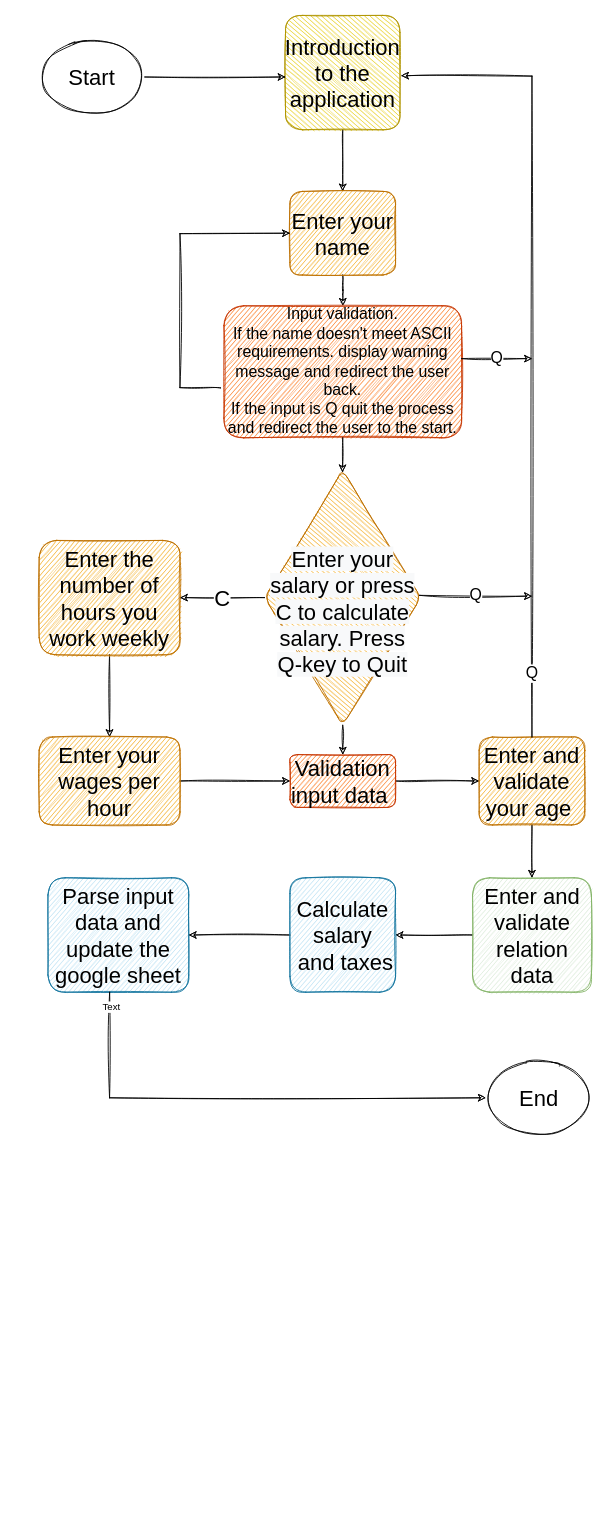
Above: Untitled Diagram.drawio in Code-Institute-Submissions/TomaszWoloszyn983-mini-tax-calculator_DecResub (draw.io), before the change. Source tidied: cells renumbered, new cells numbered last; positions are measured from the earlier drawing's top-left corner, leaving out a move shared by most shapes. Both pictures are drawn from the tidied source at 88%, with x=0, y=0 at pixel (39, 15).
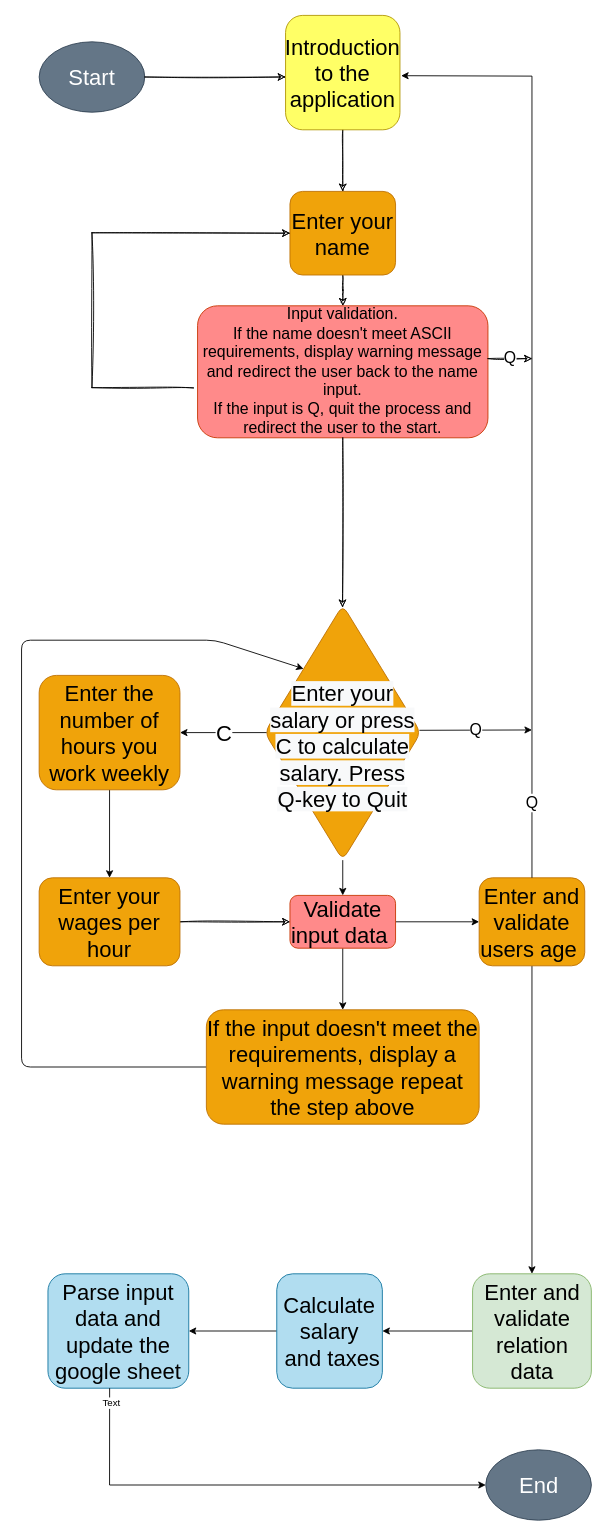
The same page after the edit.

The edit, as a diff of the source:
```diff
@@
-    <mxCell id="2" value="Start" style="ellipse;whiteSpace=wrap;html=1;fontSize=25;rounded=1;sketch=1;" parent="1" vertex="1">
+    <mxCell id="2" value="Start" style="ellipse;whiteSpace=wrap;html=1;fontSize=25;rounded=1;sketch=0;fillColor=#647687;fontColor=#ffffff;strokeColor=#314354;shadow=0;" parent="1" vertex="1">
       <mxGeometry y="30" width="120" height="80" as="geometry" />
     </mxCell>
-    <mxCell id="3" value="End" style="ellipse;whiteSpace=wrap;html=1;fontSize=25;rounded=1;sketch=1;" parent="1" vertex="1">
-      <mxGeometry x="507.5" y="1190" width="120" height="80" as="geometry" />
+    <mxCell id="3" value="End" style="ellipse;whiteSpace=wrap;html=1;fontSize=25;rounded=1;sketch=0;fillColor=#647687;fontColor=#ffffff;strokeColor=#314354;" parent="1" vertex="1">
+      <mxGeometry x="507.5" y="1630" width="120" height="80" as="geometry" />
     </mxCell>
@@
-    <mxCell id="5" value="Introduction to the application&lt;br&gt;" style="whiteSpace=wrap;html=1;fontSize=25;direction=south;rounded=1;sketch=1;fillColor=#e3c800;strokeColor=#B09500;fontColor=#000000;" parent="1" vertex="1">
+    <mxCell id="5" value="Introduction to the application&lt;br&gt;" style="whiteSpace=wrap;html=1;fontSize=25;direction=south;rounded=1;sketch=0;fillColor=#FFFF66;strokeColor=#B09500;fontColor=#000000;" parent="1" vertex="1">
       <mxGeometry x="280" width="130" height="130" as="geometry" />
     </mxCell>
@@
-    <mxCell id="7" value="Enter your name" style="whiteSpace=wrap;html=1;fontSize=25;rounded=1;sketch=1;fillColor=#f0a30a;strokeColor=#BD7000;fontColor=#000000;fillStyle=auto;" parent="1" vertex="1">
+    <mxCell id="7" value="Enter your name" style="whiteSpace=wrap;html=1;fontSize=25;rounded=1;sketch=0;fillColor=#f0a30a;strokeColor=#BD7000;fontColor=#000000;fillStyle=auto;" parent="1" vertex="1">
       <mxGeometry x="285" y="200" width="120" height="95" as="geometry" />
     </mxCell>
@@
-    <mxCell id="9" value="C" style="edgeStyle=orthogonalEdgeStyle;rounded=1;jettySize=auto;html=1;fontSize=25;sketch=1;" parent="1" edge="1" source="10" target="12">
+    <mxCell id="9" value="C" style="edgeStyle=orthogonalEdgeStyle;rounded=1;jettySize=auto;html=1;fontSize=25;sketch=0;exitX=0.5;exitY=0.986;exitDx=0;exitDy=0;exitPerimeter=0;" parent="1" edge="1" source="10" target="12">
       <mxGeometry relative="1" as="geometry" />
     </mxCell>
-    <mxCell id="10" value="&lt;br&gt;&lt;span style=&quot;font-family: Helvetica; font-size: 25px; font-style: normal; font-variant-ligatures: normal; font-variant-caps: normal; font-weight: 400; letter-spacing: normal; orphans: 2; text-align: center; text-indent: 0px; text-transform: none; widows: 2; word-spacing: 0px; -webkit-text-stroke-width: 0px; background-color: rgb(248, 249, 250); text-decoration-thickness: initial; text-decoration-style: initial; text-decoration-color: initial; float: none; display: inline !important;&quot;&gt;Enter your salary or press C to calculate salary. Press Q-key to Quit&lt;/span&gt;" style="rhombus;whiteSpace=wrap;html=1;fontSize=25;direction=south;rounded=1;sketch=1;fillColor=#f0a30a;strokeColor=#BD7000;fontColor=#000000;" parent="1" vertex="1">
-      <mxGeometry x="256.2" y="516.6" width="177.5" height="290" as="geometry" />
+    <mxCell id="10" value="&lt;br&gt;&lt;span style=&quot;font-family: Helvetica; font-size: 25px; font-style: normal; font-variant-ligatures: normal; font-variant-caps: normal; font-weight: 400; letter-spacing: normal; orphans: 2; text-align: center; text-indent: 0px; text-transform: none; widows: 2; word-spacing: 0px; -webkit-text-stroke-width: 0px; background-color: rgb(248, 249, 250); text-decoration-thickness: initial; text-decoration-style: initial; text-decoration-color: initial; float: none; display: inline !important;&quot;&gt;Enter your salary or press C to calculate salary. Press Q-key to Quit&lt;/span&gt;" style="rhombus;whiteSpace=wrap;html=1;fontSize=25;direction=south;rounded=1;sketch=0;fillColor=#f0a30a;strokeColor=#BD7000;fontColor=#000000;" parent="1" vertex="1">
+      <mxGeometry x="256.2" y="670" width="177.5" height="290" as="geometry" />
     </mxCell>
-    <mxCell id="11" style="edgeStyle=orthogonalEdgeStyle;rounded=1;jettySize=auto;html=1;fontSize=25;sketch=1;" parent="1" edge="1" source="12" target="14">
+    <mxCell id="11" style="edgeStyle=orthogonalEdgeStyle;rounded=1;jettySize=auto;html=1;fontSize=25;sketch=0;" parent="1" edge="1" source="12" target="14">
       <mxGeometry relative="1" as="geometry" />
     </mxCell>
-    <mxCell id="12" value="Enter the number of hours you work weekly" style="whiteSpace=wrap;html=1;fontSize=25;rounded=1;sketch=1;fillColor=#f0a30a;strokeColor=#BD7000;fontColor=#000000;" parent="1" vertex="1">
-      <mxGeometry y="596.6" width="160" height="130" as="geometry" />
+    <mxCell id="12" value="Enter the number of hours you work weekly" style="whiteSpace=wrap;html=1;fontSize=25;rounded=1;sketch=0;fillColor=#f0a30a;strokeColor=#BD7000;fontColor=#000000;" parent="1" vertex="1">
+      <mxGeometry y="750" width="160" height="130" as="geometry" />
     </mxCell>
@@
-    <mxCell id="14" value="Enter your wages per hour&lt;br&gt;" style="whiteSpace=wrap;html=1;fontSize=25;rounded=1;sketch=1;fillColor=#f0a30a;strokeColor=#BD7000;fontColor=#000000;" parent="1" vertex="1">
-      <mxGeometry y="820" width="160" height="100" as="geometry" />
+    <mxCell id="14" value="Enter your wages per hour&lt;br&gt;" style="whiteSpace=wrap;html=1;fontSize=25;rounded=1;sketch=0;fillColor=#f0a30a;strokeColor=#BD7000;fontColor=#000000;" parent="1" vertex="1">
+      <mxGeometry y="980" width="160" height="100" as="geometry" />
     </mxCell>
-    <mxCell id="15" style="edgeStyle=orthogonalEdgeStyle;rounded=1;jettySize=auto;html=1;fontSize=25;sketch=1;" parent="1" edge="1" source="16" target="19">
+    <mxCell id="15" style="edgeStyle=orthogonalEdgeStyle;rounded=1;jettySize=auto;html=1;fontSize=25;sketch=0;" parent="1" edge="1" source="16" target="19">
       <mxGeometry relative="1" as="geometry" />
     </mxCell>
+    <mxCell id="33" style="edgeStyle=orthogonalEdgeStyle;rounded=1;sketch=0;jettySize=auto;html=1;fontSize=18;" parent="1" edge="1" source="16" target="35">
+      <mxGeometry relative="1" as="geometry" />
+    </mxCell>
-    <mxCell id="16" value="Validation input data&amp;nbsp;" style="whiteSpace=wrap;html=1;fontSize=25;rounded=1;sketch=1;fillColor=#fa6800;fontColor=#000000;strokeColor=#C73500;" parent="1" vertex="1">
-      <mxGeometry x="285" y="840" width="120" height="60" as="geometry" />
+    <mxCell id="16" value="Validate input data&amp;nbsp;" style="whiteSpace=wrap;html=1;fontSize=25;rounded=1;sketch=0;fillColor=#FF8A8A;fontColor=#000000;strokeColor=#C73500;" parent="1" vertex="1">
+      <mxGeometry x="285" y="1000" width="120" height="60" as="geometry" />
     </mxCell>
-    <mxCell id="17" style="endArrow=classic;html=1;rounded=1;fontSize=25;entryX=0.5;entryY=0;entryDx=0;entryDy=0;exitX=1;exitY=0.5;exitDx=0;exitDy=0;sketch=1;" parent="1" edge="1" source="10" target="16">
+    <mxCell id="17" style="endArrow=classic;html=1;rounded=1;fontSize=25;entryX=0.5;entryY=0;entryDx=0;entryDy=0;sketch=0;" parent="1" edge="1" source="10" target="16">
       <mxGeometry relative="1" as="geometry" />
     </mxCell>
-    <mxCell id="18" style="edgeStyle=orthogonalEdgeStyle;rounded=0;jettySize=auto;html=1;sketch=1;" parent="1" edge="1" source="19" target="21">
+    <mxCell id="18" style="edgeStyle=orthogonalEdgeStyle;rounded=0;jettySize=auto;html=1;sketch=0;" parent="1" edge="1" source="19" target="21">
       <mxGeometry relative="1" as="geometry" />
     </mxCell>
-    <mxCell id="19" value="Enter and validate &lt;br&gt;your age&amp;nbsp;" style="whiteSpace=wrap;html=1;fontSize=25;rounded=1;sketch=1;fillColor=#f0a30a;strokeColor=#BD7000;fontColor=#000000;" parent="1" vertex="1">
-      <mxGeometry x="500" y="820" width="120" height="100" as="geometry" />
+    <mxCell id="19" value="Enter and validate &lt;br&gt;users age&amp;nbsp;" style="whiteSpace=wrap;html=1;fontSize=25;rounded=1;sketch=0;fillColor=#f0a30a;strokeColor=#BD7000;fontColor=#000000;" parent="1" vertex="1">
+      <mxGeometry x="500" y="980" width="120" height="100" as="geometry" />
     </mxCell>
-    <mxCell id="20" style="edgeStyle=orthogonalEdgeStyle;rounded=0;jettySize=auto;html=1;sketch=1;" parent="1" edge="1" source="21" target="23">
+    <mxCell id="20" style="edgeStyle=orthogonalEdgeStyle;rounded=0;jettySize=auto;html=1;sketch=0;" parent="1" edge="1" source="21" target="23">
       <mxGeometry relative="1" as="geometry" />
     </mxCell>
-    <mxCell id="21" value="Enter and validate relation data" style="whiteSpace=wrap;html=1;fontSize=25;rounded=1;sketch=1;fillColor=#d5e8d4;strokeColor=#82b366;" parent="1" vertex="1">
-      <mxGeometry x="492.5" y="980" width="135" height="130" as="geometry" />
+    <mxCell id="21" value="Enter and validate relation data" style="whiteSpace=wrap;html=1;fontSize=25;rounded=1;sketch=0;fillColor=#d5e8d4;strokeColor=#82b366;" parent="1" vertex="1">
+      <mxGeometry x="492.5" y="1430" width="135" height="130" as="geometry" />
     </mxCell>
-    <mxCell id="22" style="edgeStyle=orthogonalEdgeStyle;rounded=0;jettySize=auto;html=1;sketch=1;" parent="1" edge="1" source="23" target="24">
+    <mxCell id="22" style="edgeStyle=orthogonalEdgeStyle;rounded=0;jettySize=auto;html=1;sketch=0;" parent="1" edge="1" source="23" target="24">
       <mxGeometry relative="1" as="geometry" />
     </mxCell>
-    <mxCell id="23" value="Calculate salary&lt;br&gt;&amp;nbsp;and taxes" style="whiteSpace=wrap;html=1;fontSize=25;rounded=1;sketch=1;fillColor=#b1ddf0;strokeColor=#10739e;" parent="1" vertex="1">
-      <mxGeometry x="285" y="980" width="120" height="130" as="geometry" />
+    <mxCell id="23" value="Calculate salary&lt;br&gt;&amp;nbsp;and taxes" style="whiteSpace=wrap;html=1;fontSize=25;rounded=1;sketch=0;fillColor=#b1ddf0;strokeColor=#10739e;" parent="1" vertex="1">
+      <mxGeometry x="270" y="1430" width="120" height="130" as="geometry" />
     </mxCell>
-    <mxCell id="24" value="Parse input data and update the google sheet" style="whiteSpace=wrap;html=1;fontSize=25;rounded=1;sketch=1;fillColor=#b1ddf0;strokeColor=#10739e;" parent="1" vertex="1">
-      <mxGeometry x="10" y="980" width="160" height="130" as="geometry" />
+    <mxCell id="24" value="Parse input data and update the google sheet" style="whiteSpace=wrap;html=1;fontSize=25;rounded=1;sketch=0;fillColor=#b1ddf0;strokeColor=#10739e;" parent="1" vertex="1">
+      <mxGeometry x="10" y="1430" width="160" height="130" as="geometry" />
     </mxCell>
-    <mxCell id="25" style="endArrow=classic;html=1;rounded=0;fontSize=22;entryX=0;entryY=0.5;entryDx=0;entryDy=0;exitX=0.438;exitY=1;exitDx=0;exitDy=0;exitPerimeter=0;sketch=1;" parent="1" edge="1" source="24" target="3">
+    <mxCell id="25" style="endArrow=classic;html=1;rounded=0;fontSize=22;entryX=0;entryY=0.5;entryDx=0;entryDy=0;exitX=0.438;exitY=1;exitDx=0;exitDy=0;exitPerimeter=0;sketch=0;" parent="1" edge="1" source="24" target="3">
       <mxGeometry relative="1" as="geometry">
         <Array as="points">
-          <mxPoint x="80" y="1230" />
+          <mxPoint x="80" y="1670" />
         </Array>
       </mxGeometry>
     </mxCell>
@@
-    <mxCell id="27" value="Input validation.&lt;br style=&quot;font-size: 18px;&quot;&gt;If the name doesn't meet ASCII requirements. display warning message and redirect the user back.&lt;br style=&quot;font-size: 18px;&quot;&gt;If the input is Q quit the process and redirect the user to the start.&lt;br style=&quot;font-size: 18px;&quot;&gt;" style="rounded=1;whiteSpace=wrap;html=1;fontSize=18;sketch=1;fillColor=#fa6800;strokeColor=#C73500;fontColor=#000000;" parent="1" vertex="1">
-      <mxGeometry x="210" y="330" width="270" height="150" as="geometry" />
+    <mxCell id="27" value="Input validation.&lt;br style=&quot;font-size: 18px;&quot;&gt;If the name doesn't meet ASCII requirements, display warning message and redirect the user back to the name input.&lt;br style=&quot;font-size: 18px;&quot;&gt;If the input is Q, quit the process and redirect the user to the start." style="rounded=1;whiteSpace=wrap;html=1;fontSize=18;sketch=0;fillColor=#FF8A8A;strokeColor=#C73500;fontColor=#000000;" parent="1" vertex="1">
+      <mxGeometry x="180" y="330" width="330" height="150" as="geometry" />
     </mxCell>
     <mxCell id="28" style="endArrow=classic;html=1;rounded=0;entryX=0;entryY=0.5;entryDx=0;entryDy=0;exitX=-0.014;exitY=0.622;exitDx=0;exitDy=0;exitPerimeter=0;sketch=1;" parent="1" edge="1" source="27" target="7">
       <mxGeometry relative="1" as="geometry">
         <Array as="points">
-          <mxPoint x="160" y="423" />
-          <mxPoint x="160" y="248" />
+          <mxPoint x="60" y="423" />
+          <mxPoint x="60" y="247" />
         </Array>
       </mxGeometry>
     </mxCell>
     <mxCell id="29" value="Q" style="endArrow=classic;html=1;rounded=0;fontSize=18;sketch=1;" parent="1" edge="1">
       <mxGeometry relative="1" as="geometry">
-        <mxPoint x="480" y="390" as="sourcePoint" />
+        <mxPoint x="510" y="390" as="sourcePoint" />
         <mxPoint x="560" y="390" as="targetPoint" />
       </mxGeometry>
     </mxCell>
-    <mxCell id="30" value="Q" style="endArrow=classic;html=1;rounded=0;fontSize=18;entryX=0.527;entryY=-0.01;entryDx=0;entryDy=0;entryPerimeter=0;sketch=1;" parent="1" edge="1" target="5">
+    <mxCell id="30" value="Q" style="endArrow=classic;html=1;rounded=0;fontSize=18;entryX=0.527;entryY=-0.01;entryDx=0;entryDy=0;entryPerimeter=0;sketch=0;exitX=0.5;exitY=0;exitDx=0;exitDy=0;" parent="1" edge="1" source="19" target="5">
       <mxGeometry x="-0.84" relative="1" as="geometry">
-        <mxPoint x="560" y="820" as="sourcePoint" />
         <Array as="points">
           <mxPoint x="560" y="69" />
         </Array>
       </mxGeometry>
     </mxCell>
-    <mxCell id="31" value="Q" style="endArrow=classic;html=1;rounded=0;fontSize=18;exitX=0.491;exitY=0.009;exitDx=0;exitDy=0;exitPerimeter=0;sketch=1;" parent="1" edge="1" source="10">
+    <mxCell id="31" value="Q" style="endArrow=classic;html=1;rounded=0;fontSize=18;exitX=0.491;exitY=0.009;exitDx=0;exitDy=0;exitPerimeter=0;sketch=0;" parent="1" edge="1" source="10">
       <mxGeometry relative="1" as="geometry">
-        <mxPoint x="560" y="660" as="targetPoint" />
+        <mxPoint x="560" y="812" as="targetPoint" />
       </mxGeometry>
     </mxCell>
@@
+    <mxCell id="34" style="endArrow=classic;html=1;rounded=1;sketch=0;fontSize=18;entryX=0;entryY=1;entryDx=0;entryDy=0;exitX=0;exitY=0.5;exitDx=0;exitDy=0;" parent="1" edge="1" source="35" target="10">
+      <mxGeometry relative="1" as="geometry">
+        <Array as="points">
+          <mxPoint x="-20" y="1195" />
+          <mxPoint x="-20" y="710" />
+          <mxPoint x="200" y="710" />
+        </Array>
+      </mxGeometry>
+    </mxCell>
+    <mxCell id="35" value="If the input doesn't meet the requirements, display a warning message repeat the step above" style="whiteSpace=wrap;html=1;fontSize=25;fillColor=#f0a30a;strokeColor=#BD7000;fontColor=#000000;rounded=1;sketch=0;" parent="1" vertex="1">
+      <mxGeometry x="190" y="1130" width="310" height="130" as="geometry" />
+    </mxCell>
```
